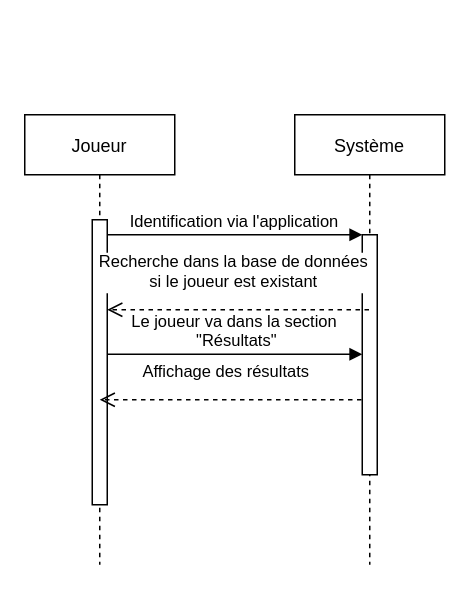
Before: 1-Spécifications/Sequence/DiagrammeDeSéquence_consulter_les_résultats.drawio in Kimaaaaaaa/Plots-_Lumineux_BTS_2022-2024, a draw.io diagram. Source tidied: cells renumbered, new cells numbered last; positions are measured from the earlier drawing's top-left corner, leaving out a move shared by most shapes. Both pictures are drawn from the tidied source at 150%, with x=0, y=0 at pixel (24, 114).
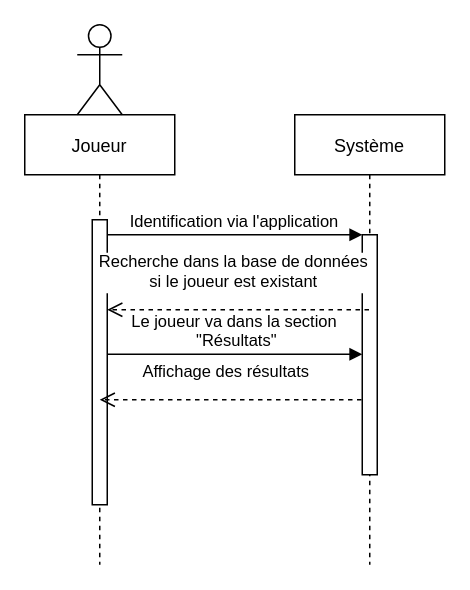
After the change.

The edit, as a diff of the source:
```diff
@@
 <mxGraphModel>
   <root>
     <mxCell id="0" />
     <mxCell id="1" parent="0" />
     <mxCell id="2" value="Joueur" style="shape=umlLifeline;perimeter=lifelinePerimeter;rounded=0;shadow=0;strokeWidth=1;" parent="1" vertex="1">
       <mxGeometry width="100" height="300" as="geometry" />
     </mxCell>
     <mxCell id="3" style="points=[];perimeter=orthogonalPerimeter;rounded=0;shadow=0;strokeWidth=1;" parent="2" vertex="1">
       <mxGeometry x="45" y="70" width="10" height="190" as="geometry" />
     </mxCell>
     <mxCell id="4" value="Système" style="shape=umlLifeline;perimeter=lifelinePerimeter;rounded=0;shadow=0;strokeWidth=1;" parent="1" vertex="1">
       <mxGeometry x="180" width="100" height="300" as="geometry" />
     </mxCell>
     <mxCell id="5" style="points=[];perimeter=orthogonalPerimeter;rounded=0;shadow=0;strokeWidth=1;" parent="4" vertex="1">
       <mxGeometry x="45" y="80" width="10" height="160" as="geometry" />
     </mxCell>
     <mxCell id="6" value="Le joueur va dans la section&#10; &quot;Résultats&quot;" style="verticalAlign=bottom;endArrow=block;entryX=0;entryY=0;shadow=0;strokeWidth=1;" parent="4" edge="1">
       <mxGeometry relative="1" as="geometry">
         <mxPoint x="-125" y="159.7" as="sourcePoint" />
         <mxPoint x="45" y="159.7" as="targetPoint" />
       </mxGeometry>
     </mxCell>
     <mxCell id="7" value="Recherche dans la base de données &#10;si le joueur est existant" style="verticalAlign=bottom;endArrow=open;dashed=1;endSize=8;shadow=0;strokeWidth=1;" parent="1" edge="1" source="4" target="3">
       <mxGeometry x="0.03" y="-10" relative="1" as="geometry">
         <Array as="points">
           <mxPoint x="200" y="130" />
           <mxPoint x="100" y="130" />
         </Array>
       </mxGeometry>
     </mxCell>
     <mxCell id="8" value="Identification via l'application" style="verticalAlign=bottom;endArrow=block;entryX=0;entryY=0;shadow=0;strokeWidth=1;" parent="1" edge="1" source="3" target="5">
       <mxGeometry relative="1" as="geometry" />
     </mxCell>
     <mxCell id="9" value="Affichage des résultats" style="verticalAlign=bottom;endArrow=open;dashed=1;endSize=8;shadow=0;strokeWidth=1;" parent="1" edge="1">
       <mxGeometry x="0.03" y="-10" relative="1" as="geometry">
         <mxPoint x="224.5" y="190" as="sourcePoint" />
         <mxPoint x="50" y="190" as="targetPoint" />
         <Array as="points">
           <mxPoint x="195" y="190" />
           <mxPoint x="95" y="190" />
         </Array>
       </mxGeometry>
     </mxCell>
+    <mxCell id="10" style="shape=umlActor;verticalLabelPosition=bottom;verticalAlign=top;html=1;" parent="1" vertex="1">
+      <mxGeometry x="35" y="-60" width="30" height="60" as="geometry" />
+    </mxCell>
   </root>
 </mxGraphModel>
```
